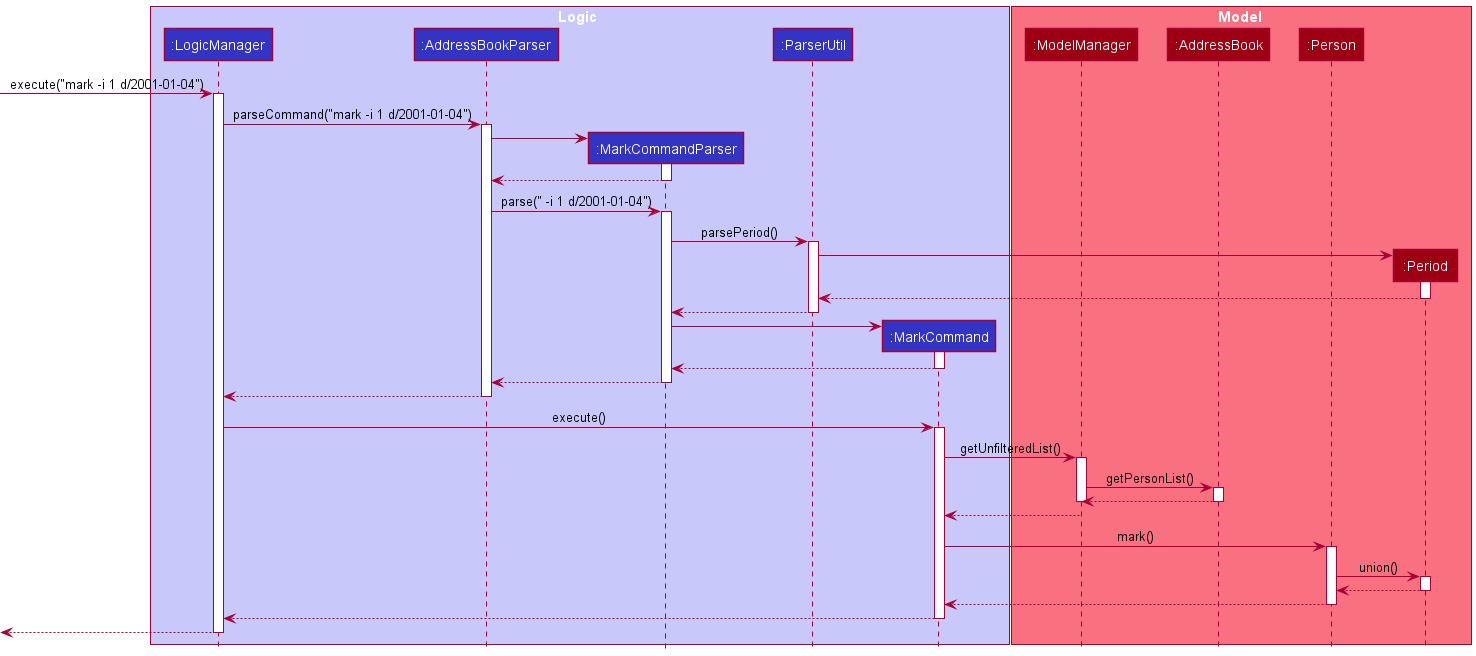
nus-cs2103-AY2122S1/tp keeps this PlantUML diagram as docs/images/MarkSequenceDiagram.png. Above is the earlier version. Its diagram source:
```plantuml
@startuml
!include style.puml

box Logic LOGIC_COLOR_T1
participant ":LogicManager" as LogicManager LOGIC_COLOR
participant ":AddressBookParser" as AddressBookParser LOGIC_COLOR
participant ":MarkCommandParser" as MarkCommandParser LOGIC_COLOR
participant ":ParserUtil" as ParserUtil LOGIC_COLOR
participant ":MarkCommand" as MarkCommand LOGIC_COLOR

end box

box Model MODEL_COLOR_T1
participant ":ModelManager" as Model MODEL_COLOR
participant ":AddressBook" as AddressBook MODEL_COLOR
participant ":Person" as Person MODEL_COLOR
participant ":Period" as Period MODEL_COLOR
end box

[-> LogicManager : execute("mark -i 1 d/2001-01-04")
activate LogicManager

LogicManager -> AddressBookParser : parseCommand("mark -i 1 d/2001-01-04")
activate AddressBookParser

create MarkCommandParser
AddressBookParser -> MarkCommandParser
activate MarkCommandParser
MarkCommandParser --> AddressBookParser
deactivate MarkCommandParser

AddressBookParser -> MarkCommandParser : parse(" -i 1 d/2001-01-04")
activate MarkCommandParser


MarkCommandParser -> ParserUtil : parsePeriod()
activate ParserUtil

create Period
ParserUtil -> Period
activate Period

Period --> ParserUtil
deactivate Period

ParserUtil --> MarkCommandParser
deactivate ParserUtil

create MarkCommand
MarkCommandParser -> MarkCommand
activate MarkCommand
MarkCommand --> MarkCommandParser
deactivate MarkCommand

MarkCommandParser --> AddressBookParser
deactivate MarkCommandParser

AddressBookParser --> LogicManager
deactivate AddressBookParser

LogicManager -> MarkCommand : execute()
activate MarkCommand

MarkCommand -> Model : getUnfilteredList()
activate Model
Model -> AddressBook : getPersonList()
activate AddressBook
AddressBook --> Model
deactivate AddressBook

deactivate Model
Model --> MarkCommand

MarkCommand -> Person : mark()
activate Person
Person -> Period : union()
activate Period
Period --> Person
deactivate Period
Person --> MarkCommand
deactivate Person
MarkCommand --> LogicManager
deactivate MarkCommand
LogicManager -->[
deactivate LogicManager







@enduml
```
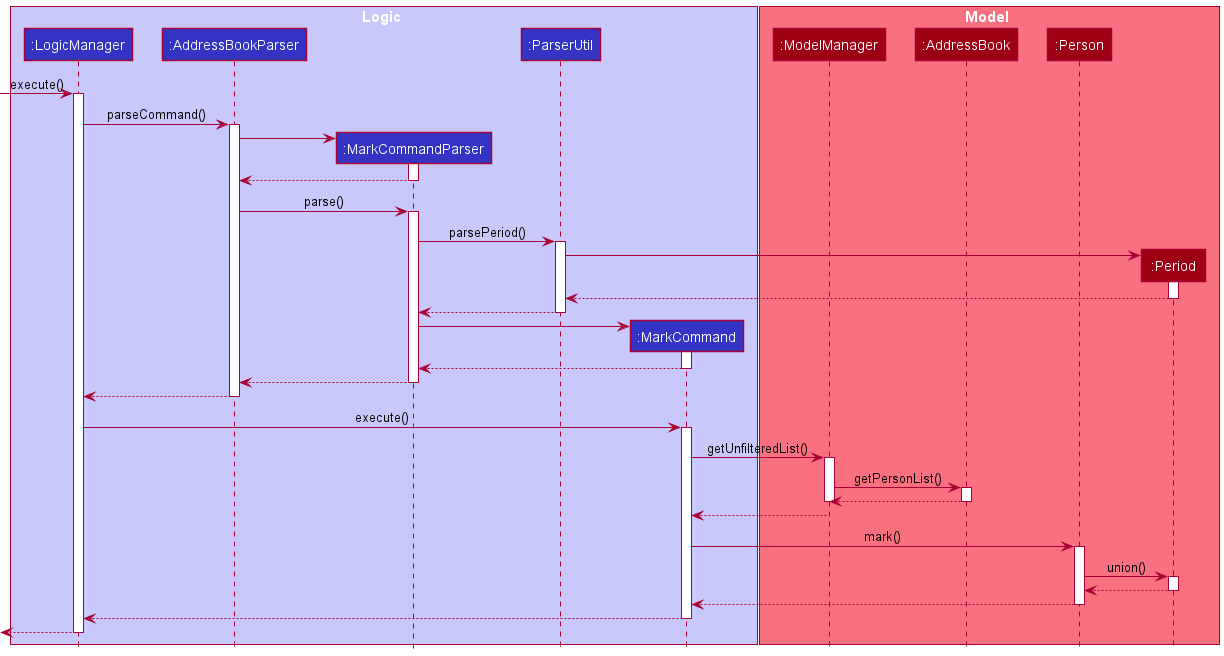
After the change.

Commit message:
Remove string in method of sequence diagram

What changed in the source:
```diff
@@ -17,10 +17,10 @@
 participant ":Period" as Period MODEL_COLOR
 end box
 
-[-> LogicManager : execute("mark -i 1 d/2001-01-04")
+[-> LogicManager : execute()
 activate LogicManager
 
-LogicManager -> AddressBookParser : parseCommand("mark -i 1 d/2001-01-04")
+LogicManager -> AddressBookParser : parseCommand()
 activate AddressBookParser
 
 create MarkCommandParser
@@ -29,7 +29,7 @@
 MarkCommandParser --> AddressBookParser
 deactivate MarkCommandParser
 
-AddressBookParser -> MarkCommandParser : parse(" -i 1 d/2001-01-04")
+AddressBookParser -> MarkCommandParser : parse()
 activate MarkCommandParser
 
 
```
